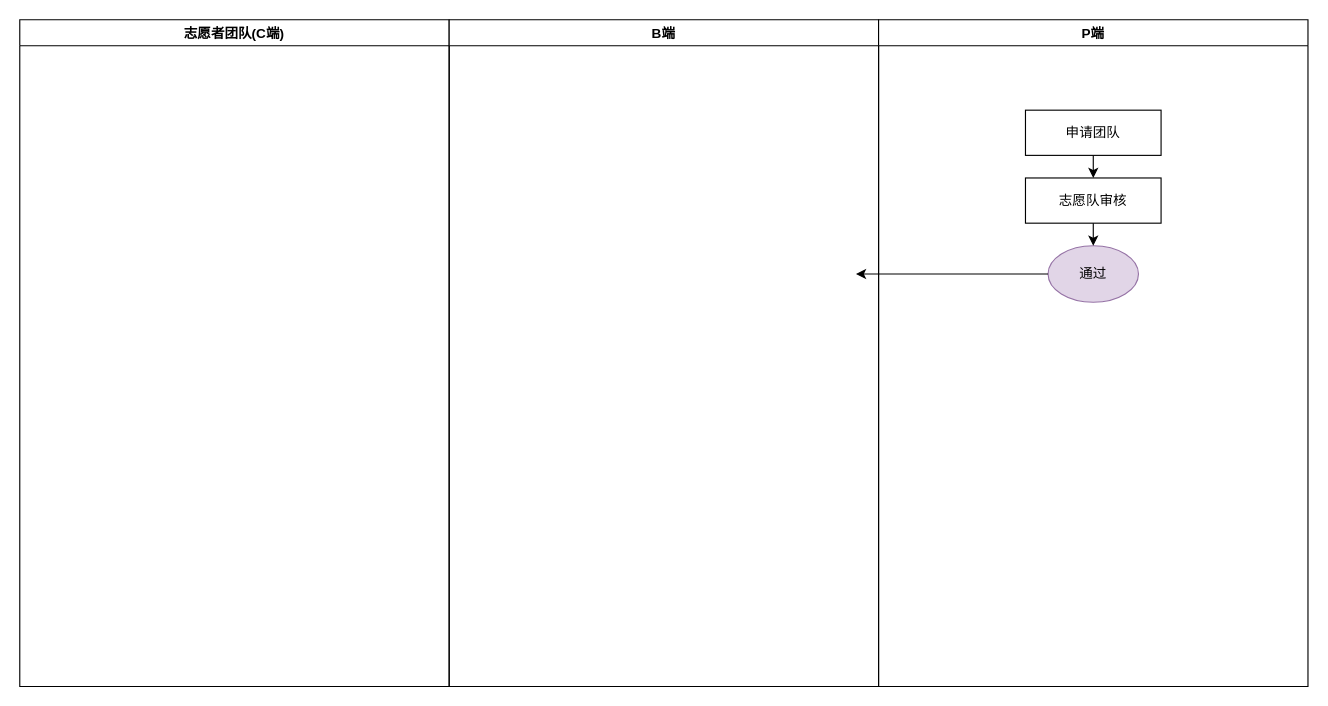
This is 志愿者团队.drawio from KZ137onethe/hello-world, a draw.io file, before an edit. Source tidied: cells renumbered, new cells numbered last; positions are measured from the earlier drawing's top-left corner, leaving out a move shared by most shapes. Both pictures are drawn from the tidied source at 113%, with x=0, y=0 at pixel (19, 19).
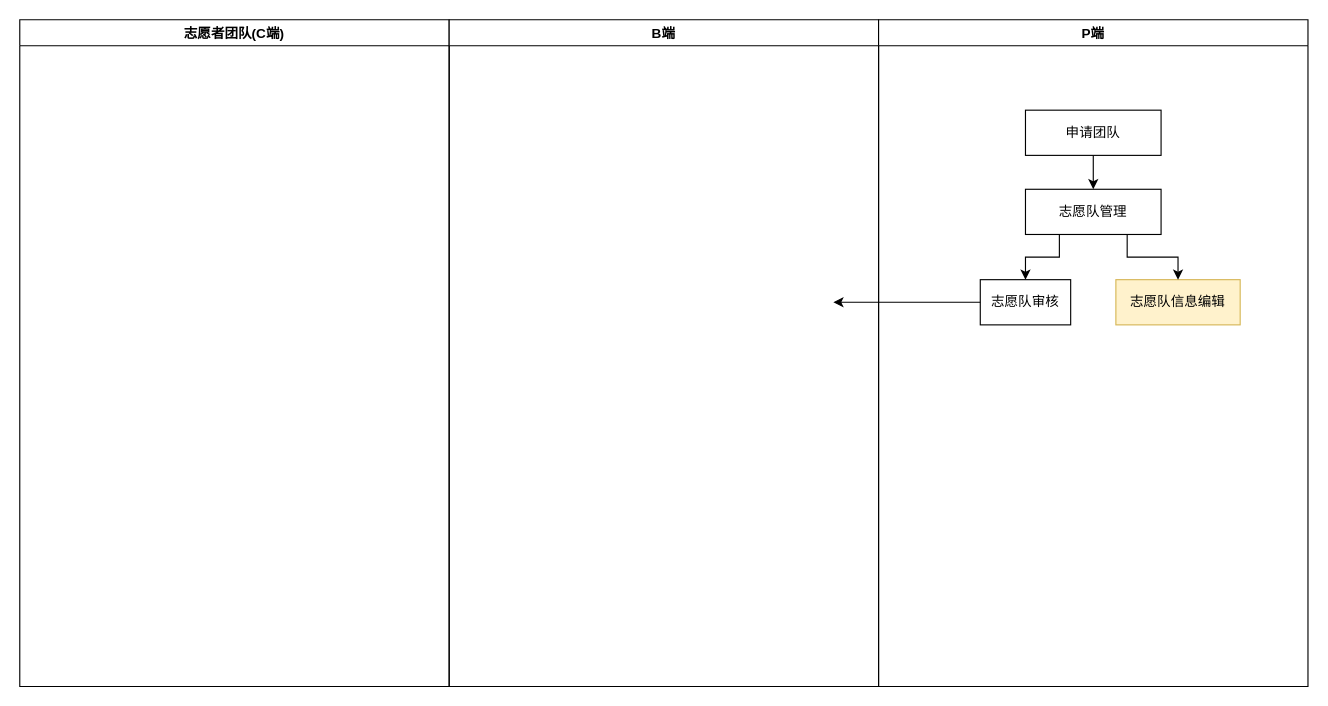
Above is the later version.

Commit message (it also covers changes not shown here):
更新志愿者团队.drawio

Diff of the diagram source:
```diff
@@
 <mxGraphModel>
   <root>
     <mxCell id="0" />
     <mxCell id="1" parent="0" />
     <mxCell id="2" value="志愿者团队(C端)" style="swimlane;" parent="1" vertex="1">
       <mxGeometry width="380" height="590" as="geometry" />
     </mxCell>
     <mxCell id="3" value="B端" style="swimlane;" parent="1" vertex="1">
       <mxGeometry x="380" width="380" height="590" as="geometry" />
     </mxCell>
     <mxCell id="4" value="P端" style="swimlane;" parent="1" vertex="1">
       <mxGeometry x="760" width="380" height="590" as="geometry" />
     </mxCell>
     <mxCell id="5" value="申请团队" style="rounded=0;whiteSpace=wrap;html=1;" parent="4" vertex="1">
       <mxGeometry x="130" y="80" width="120" height="40" as="geometry" />
     </mxCell>
+    <mxCell id="11" value="志愿队管理" style="rounded=0;whiteSpace=wrap;html=1;" parent="4" vertex="1">
+      <mxGeometry x="130" y="150" width="120" height="40" as="geometry" />
+    </mxCell>
+    <mxCell id="12" style="endArrow=classic;html=1;rounded=0;exitX=0.5;exitY=1;exitDx=0;exitDy=0;" parent="4" edge="1" source="5" target="11">
+      <mxGeometry relative="1" as="geometry" />
+    </mxCell>
     <mxCell id="6" value="志愿队审核" style="rounded=0;whiteSpace=wrap;html=1;" parent="4" vertex="1">
-      <mxGeometry x="130" y="140" width="120" height="40" as="geometry" />
+      <mxGeometry x="90" y="230" width="80" height="40" as="geometry" />
     </mxCell>
-    <mxCell id="7" style="endArrow=classic;html=1;rounded=0;exitX=0.5;exitY=1;exitDx=0;exitDy=0;entryX=0.5;entryY=0;entryDx=0;entryDy=0;" parent="4" edge="1" source="5" target="6">
-      <mxGeometry relative="1" as="geometry" />
-    </mxCell>
-    <mxCell id="8" value="通过" style="ellipse;whiteSpace=wrap;html=1;fillColor=#e1d5e7;strokeColor=#9673a6;" parent="4" vertex="1">
-      <mxGeometry x="150" y="200" width="80" height="50" as="geometry" />
-    </mxCell>
-    <mxCell id="9" style="endArrow=classic;html=1;rounded=0;exitX=0.5;exitY=1;exitDx=0;exitDy=0;" parent="4" edge="1" source="6" target="8">
-      <mxGeometry relative="1" as="geometry" />
-    </mxCell>
-    <mxCell id="10" style="endArrow=classic;html=1;rounded=0;exitX=0;exitY=0.5;exitDx=0;exitDy=0;" parent="1" edge="1" source="8">
-      <mxGeometry relative="1" as="geometry">
-        <mxPoint x="740" y="225" as="targetPoint" />
-      </mxGeometry>
-    </mxCell>
+    <mxCell id="13" value="志愿队信息编辑" style="rounded=0;whiteSpace=wrap;html=1;fillColor=#fff2cc;strokeColor=#d6b656;" parent="4" vertex="1">
+      <mxGeometry x="210" y="230" width="110" height="40" as="geometry" />
+    </mxCell>
+    <mxCell id="14" style="endArrow=classic;html=1;rounded=0;exitX=0.25;exitY=1;exitDx=0;exitDy=0;entryX=0.5;entryY=0;entryDx=0;entryDy=0;edgeStyle=orthogonalEdgeStyle;" parent="4" edge="1" source="11" target="6">
+      <mxGeometry relative="1" as="geometry" />
+    </mxCell>
+    <mxCell id="15" style="endArrow=classic;html=1;rounded=0;exitX=0.75;exitY=1;exitDx=0;exitDy=0;entryX=0.5;entryY=0;entryDx=0;entryDy=0;edgeStyle=orthogonalEdgeStyle;" parent="4" edge="1" source="11" target="13">
+      <mxGeometry relative="1" as="geometry" />
+    </mxCell>
+    <mxCell id="16" style="endArrow=classic;html=1;rounded=0;exitX=0;exitY=0.5;exitDx=0;exitDy=0;" parent="1" edge="1" source="6">
+      <mxGeometry relative="1" as="geometry">
+        <mxPoint x="720" y="250" as="targetPoint" />
+      </mxGeometry>
+    </mxCell>
   </root>
 </mxGraphModel>
```
